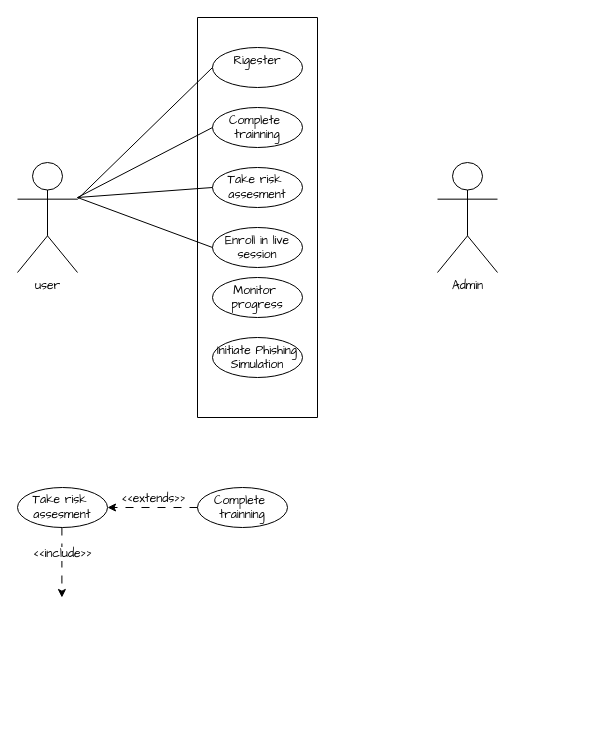
Before: use case.drawio in intisarHJM/notes, a draw.io diagram. Source tidied: cells renumbered, new cells numbered last; positions are measured from the earlier drawing's top-left corner, leaving out a move shared by most shapes. Both pictures are drawn from the tidied source at 100%, with x=0, y=0 at pixel (17, 17).
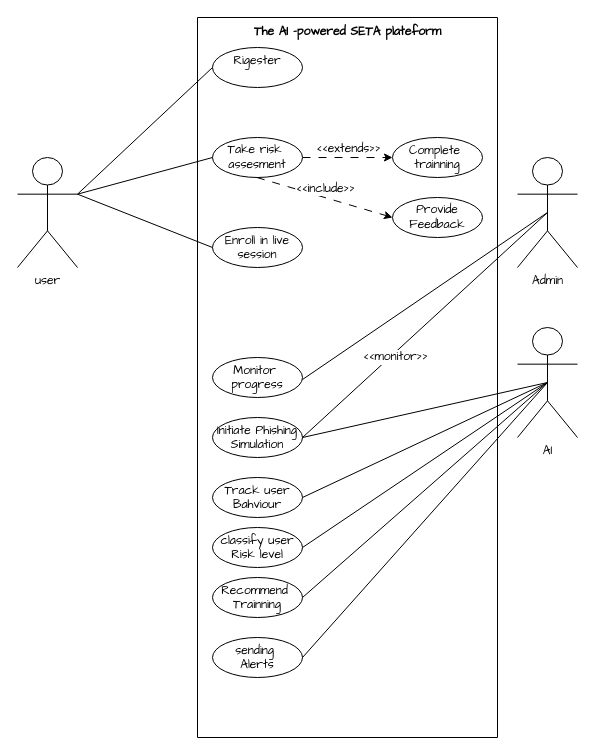
After the change.

The change refers to these unchanged cells:
```xml
<mxCell id="5" value="Rigester" style="ellipse;whiteSpace=wrap;html=1;hachureGap=4;strokeColor=default;align=center;verticalAlign=top;fontFamily=Architects Daughter;fontSize=12;fontColor=default;fillColor=default;" parent="4" vertex="1">
  <mxGeometry x="15" y="30" width="90" height="40" as="geometry" />
</mxCell>
```

Diff of the diagram source:
```diff
@@
     <mxCell id="2" value="user" style="shape=umlActor;verticalLabelPosition=bottom;verticalAlign=top;html=1;outlineConnect=0;hachureGap=4;fontFamily=Architects Daughter;" parent="1" vertex="1">
-      <mxGeometry y="145" width="60" height="110" as="geometry" />
+      <mxGeometry y="140" width="60" height="110" as="geometry" />
     </mxCell>
     <mxCell id="3" value="Admin" style="shape=umlActor;verticalLabelPosition=bottom;verticalAlign=top;html=1;outlineConnect=0;hachureGap=4;fontFamily=Architects Daughter;" parent="1" vertex="1">
-      <mxGeometry x="420" y="145" width="60" height="110" as="geometry" />
+      <mxGeometry x="500" y="140" width="60" height="110" as="geometry" />
     </mxCell>
     <mxCell id="4" style="swimlane;startSize=0;hachureGap=4;strokeColor=default;align=center;verticalAlign=top;fontFamily=Architects Daughter;fontSize=12;fontColor=default;fillColor=default;" parent="1" vertex="1">
-      <mxGeometry x="180" width="120" height="400" as="geometry" />
+      <mxGeometry x="180" width="300" height="720" as="geometry" />
     </mxCell>
@@
-    <mxCell id="6" value="Complete&amp;nbsp;&lt;div&gt;trainning&lt;/div&gt;" style="ellipse;whiteSpace=wrap;html=1;hachureGap=4;strokeColor=default;align=center;verticalAlign=top;fontFamily=Architects Daughter;fontSize=12;fontColor=default;fillColor=default;" parent="4" vertex="1">
-      <mxGeometry x="15" y="90" width="90" height="40" as="geometry" />
-    </mxCell>
-    <mxCell id="7" value="Take risk&amp;nbsp;&lt;div&gt;assesment&lt;/div&gt;" style="ellipse;html=1;hachureGap=4;strokeColor=default;align=center;verticalAlign=middle;fontFamily=Architects Daughter;fontSize=12;fontColor=default;fillColor=default;whiteSpace=wrap;spacing=1;" parent="4" vertex="1">
-      <mxGeometry x="15" y="150" width="90" height="40" as="geometry" />
-    </mxCell>
-    <mxCell id="8" value="Monitor&amp;nbsp;&lt;div&gt;progress&lt;/div&gt;" style="ellipse;whiteSpace=wrap;html=1;hachureGap=4;strokeColor=default;align=center;verticalAlign=top;fontFamily=Architects Daughter;fontSize=12;fontColor=default;fillColor=default;" parent="4" vertex="1">
-      <mxGeometry x="15" y="260" width="90" height="40" as="geometry" />
-    </mxCell>
-    <mxCell id="9" value="Initiate Phishing Simulation" style="ellipse;whiteSpace=wrap;html=1;hachureGap=4;strokeColor=default;align=center;verticalAlign=top;fontFamily=Architects Daughter;fontSize=12;fontColor=default;fillColor=default;" parent="4" vertex="1">
-      <mxGeometry x="15" y="320" width="90" height="40" as="geometry" />
-    </mxCell>
-    <mxCell id="10" value="Enroll in live session" style="ellipse;whiteSpace=wrap;html=1;hachureGap=4;strokeColor=default;align=center;verticalAlign=top;fontFamily=Architects Daughter;fontSize=12;fontColor=default;fillColor=default;" parent="1" vertex="1">
-      <mxGeometry x="195" y="210" width="90" height="40" as="geometry" />
-    </mxCell>
-    <mxCell id="11" style="endArrow=none;html=1;rounded=0;hachureGap=4;fontFamily=Architects Daughter;fontSize=12;fontColor=default;exitX=1;exitY=0.3333333333333333;exitDx=0;exitDy=0;exitPerimeter=0;entryX=0;entryY=0.5;entryDx=0;entryDy=0;" parent="1" edge="1" source="2" target="5">
-      <mxGeometry relative="1" as="geometry" />
-    </mxCell>
-    <mxCell id="12" style="endArrow=none;html=1;rounded=0;hachureGap=4;fontFamily=Architects Daughter;fontSize=12;fontColor=default;entryX=0;entryY=0.5;entryDx=0;entryDy=0;" parent="1" edge="1" target="6">
-      <mxGeometry relative="1" as="geometry">
-        <mxPoint x="60" y="180" as="sourcePoint" />
-      </mxGeometry>
-    </mxCell>
-    <mxCell id="13" style="endArrow=none;html=1;rounded=0;hachureGap=4;fontFamily=Architects Daughter;fontSize=12;fontColor=default;entryX=0;entryY=0.5;entryDx=0;entryDy=0;" parent="1" edge="1" target="7">
-      <mxGeometry relative="1" as="geometry">
-        <mxPoint x="60" y="180" as="sourcePoint" />
-      </mxGeometry>
-    </mxCell>
-    <mxCell id="14" style="endArrow=none;html=1;rounded=0;hachureGap=4;fontFamily=Architects Daughter;fontSize=12;fontColor=default;entryX=0;entryY=0.5;entryDx=0;entryDy=0;" parent="1" edge="1" target="10">
-      <mxGeometry relative="1" as="geometry">
-        <mxPoint x="60" y="180" as="sourcePoint" />
-      </mxGeometry>
-    </mxCell>
-    <mxCell id="15" value="Take risk&amp;nbsp;&lt;div&gt;assesment&lt;/div&gt;" style="ellipse;html=1;hachureGap=4;strokeColor=default;align=center;verticalAlign=middle;fontFamily=Architects Daughter;fontSize=12;fontColor=default;fillColor=default;whiteSpace=wrap;spacing=1;" parent="1" vertex="1">
-      <mxGeometry y="470" width="90" height="40" as="geometry" />
+    <mxCell id="15" value="Take risk&amp;nbsp;&lt;div&gt;assesment&lt;/div&gt;" style="ellipse;html=1;hachureGap=4;strokeColor=default;align=center;verticalAlign=middle;fontFamily=Architects Daughter;fontSize=12;fontColor=default;fillColor=default;whiteSpace=wrap;spacing=1;" parent="4" vertex="1">
+      <mxGeometry x="15" y="120" width="90" height="40" as="geometry" />
     </mxCell>
-    <mxCell id="16" value="Complete&amp;nbsp;&lt;div&gt;trainning&lt;/div&gt;" style="ellipse;whiteSpace=wrap;html=1;hachureGap=4;strokeColor=default;align=center;verticalAlign=top;fontFamily=Architects Daughter;fontSize=12;fontColor=default;fillColor=default;" parent="1" vertex="1">
-      <mxGeometry x="180" y="470" width="90" height="40" as="geometry" />
+    <mxCell id="16" value="Complete&amp;nbsp;&lt;div&gt;trainning&lt;/div&gt;" style="ellipse;whiteSpace=wrap;html=1;hachureGap=4;strokeColor=default;align=center;verticalAlign=top;fontFamily=Architects Daughter;fontSize=12;fontColor=default;fillColor=default;" parent="4" vertex="1">
+      <mxGeometry x="195" y="120" width="90" height="40" as="geometry" />
     </mxCell>
-    <mxCell id="17" style="endArrow=classic;html=1;rounded=0;hachureGap=4;fontFamily=Architects Daughter;fontSize=12;fontColor=default;dashed=1;dashPattern=8 8;exitX=0;exitY=0.5;exitDx=0;exitDy=0;entryX=1;entryY=0.5;entryDx=0;entryDy=0;" parent="1" edge="1" source="16" target="15">
+    <mxCell id="17" style="endArrow=classic;html=1;rounded=0;hachureGap=4;fontFamily=Architects Daughter;fontSize=12;fontColor=default;dashed=1;dashPattern=8 8;exitX=1;exitY=0.5;exitDx=0;exitDy=0;entryX=0;entryY=0.5;entryDx=0;entryDy=0;" parent="4" edge="1" source="15" target="16">
       <mxGeometry relative="1" as="geometry" />
     </mxCell>
@@
-    <mxCell id="19" style="endArrow=classic;html=1;rounded=0;hachureGap=4;fontFamily=Architects Daughter;fontSize=12;fontColor=default;dashed=1;dashPattern=8 8;exitX=0;exitY=0.5;exitDx=0;exitDy=0;" parent="1" edge="1">
+    <mxCell id="19" style="endArrow=classic;html=1;rounded=0;hachureGap=4;fontFamily=Architects Daughter;fontSize=12;fontColor=default;dashed=1;dashPattern=8 8;exitX=0;exitY=0.5;exitDx=0;exitDy=0;entryX=0;entryY=0.5;entryDx=0;entryDy=0;" parent="4" edge="1" target="21">
       <mxGeometry relative="1" as="geometry">
-        <mxPoint x="44.4" y="510" as="sourcePoint" />
-        <mxPoint x="44.4" y="580" as="targetPoint" />
+        <mxPoint x="59.4" y="160" as="sourcePoint" />
       </mxGeometry>
     </mxCell>
@@
+    <mxCell id="21" value="Provide Feedback" style="ellipse;html=1;hachureGap=4;strokeColor=default;align=center;verticalAlign=middle;fontFamily=Architects Daughter;fontSize=12;fontColor=default;fillColor=default;whiteSpace=wrap;spacing=1;" parent="4" vertex="1">
+      <mxGeometry x="195" y="180" width="90" height="40" as="geometry" />
+    </mxCell>
+    <mxCell id="22" value="The AI -powered SETA plateform" style="text;html=1;align=center;verticalAlign=middle;strokeColor=none;fillColor=none;fontFamily=Architects Daughter;fontSize=12;fontColor=default;fontStyle=1;" parent="4" vertex="1">
+      <mxGeometry x="45" width="210" height="30" as="geometry" />
+    </mxCell>
+    <mxCell id="10" value="Enroll in live session" style="ellipse;whiteSpace=wrap;html=1;hachureGap=4;strokeColor=default;align=center;verticalAlign=top;fontFamily=Architects Daughter;fontSize=12;fontColor=default;fillColor=default;" parent="4" vertex="1">
+      <mxGeometry x="15" y="210" width="90" height="40" as="geometry" />
+    </mxCell>
+    <mxCell id="8" value="Monitor&amp;nbsp;&lt;div&gt;progress&lt;/div&gt;" style="ellipse;whiteSpace=wrap;html=1;hachureGap=4;strokeColor=default;align=center;verticalAlign=top;fontFamily=Architects Daughter;fontSize=12;fontColor=default;fillColor=default;" parent="4" vertex="1">
+      <mxGeometry x="15" y="340" width="90" height="40" as="geometry" />
+    </mxCell>
+    <mxCell id="9" value="Initiate Phishing Simulation" style="ellipse;whiteSpace=wrap;html=1;hachureGap=4;strokeColor=default;align=center;verticalAlign=top;fontFamily=Architects Daughter;fontSize=12;fontColor=default;fillColor=default;" parent="4" vertex="1">
+      <mxGeometry x="15" y="400" width="90" height="40" as="geometry" />
+    </mxCell>
+    <mxCell id="23" style="endArrow=none;html=1;rounded=0;hachureGap=4;fontFamily=Architects Daughter;fontSize=12;fontColor=default;exitX=1;exitY=0.3333333333333333;exitDx=0;exitDy=0;exitPerimeter=0;entryX=0.5;entryY=0.5;entryDx=0;entryDy=0;entryPerimeter=0;" parent="4" edge="1" target="3">
+      <mxGeometry relative="1" as="geometry">
+        <mxPoint x="105" y="362" as="sourcePoint" />
+      </mxGeometry>
+    </mxCell>
+    <mxCell id="24" value="Track user Bahviour" style="ellipse;whiteSpace=wrap;html=1;hachureGap=4;strokeColor=default;align=center;verticalAlign=top;fontFamily=Architects Daughter;fontSize=12;fontColor=default;fillColor=default;" parent="4" vertex="1">
+      <mxGeometry x="15" y="460" width="90" height="40" as="geometry" />
+    </mxCell>
+    <mxCell id="25" value="classify user Risk level" style="ellipse;whiteSpace=wrap;html=1;hachureGap=4;strokeColor=default;align=center;verticalAlign=top;fontFamily=Architects Daughter;fontSize=12;fontColor=default;fillColor=default;" parent="4" vertex="1">
+      <mxGeometry x="15" y="510" width="90" height="40" as="geometry" />
+    </mxCell>
+    <mxCell id="26" value="Recommend&amp;nbsp;&lt;div&gt;Trainning&lt;/div&gt;" style="ellipse;whiteSpace=wrap;html=1;hachureGap=4;strokeColor=default;align=center;verticalAlign=top;fontFamily=Architects Daughter;fontSize=12;fontColor=default;fillColor=default;" parent="4" vertex="1">
+      <mxGeometry x="15" y="560" width="90" height="40" as="geometry" />
+    </mxCell>
+    <mxCell id="27" value="sending&amp;nbsp;&lt;div&gt;Alerts&lt;/div&gt;" style="ellipse;whiteSpace=wrap;html=1;hachureGap=4;strokeColor=default;align=center;verticalAlign=top;fontFamily=Architects Daughter;fontSize=12;fontColor=default;fillColor=default;" parent="4" vertex="1">
+      <mxGeometry x="15" y="620" width="90" height="40" as="geometry" />
+    </mxCell>
+    <mxCell id="11" style="endArrow=none;html=1;rounded=0;hachureGap=4;fontFamily=Architects Daughter;fontSize=12;fontColor=default;exitX=1;exitY=0.3333333333333333;exitDx=0;exitDy=0;exitPerimeter=0;entryX=0;entryY=0.5;entryDx=0;entryDy=0;" parent="1" edge="1" source="2" target="5">
+      <mxGeometry relative="1" as="geometry" />
+    </mxCell>
+    <mxCell id="13" style="endArrow=none;html=1;rounded=0;hachureGap=4;fontFamily=Architects Daughter;fontSize=12;fontColor=default;entryX=0;entryY=0.5;entryDx=0;entryDy=0;exitX=1;exitY=0.3333333333333333;exitDx=0;exitDy=0;exitPerimeter=0;" parent="1" edge="1" source="2" target="15">
+      <mxGeometry relative="1" as="geometry" />
+    </mxCell>
+    <mxCell id="14" style="endArrow=none;html=1;rounded=0;hachureGap=4;fontFamily=Architects Daughter;fontSize=12;fontColor=default;entryX=0;entryY=0.5;entryDx=0;entryDy=0;exitX=1;exitY=0.3333333333333333;exitDx=0;exitDy=0;exitPerimeter=0;" parent="1" edge="1" source="2" target="10">
+      <mxGeometry relative="1" as="geometry" />
+    </mxCell>
+    <mxCell id="28" value="AI" style="shape=umlActor;verticalLabelPosition=bottom;verticalAlign=top;html=1;outlineConnect=0;hachureGap=4;fontFamily=Architects Daughter;" parent="1" vertex="1">
+      <mxGeometry x="500" y="310" width="60" height="110" as="geometry" />
+    </mxCell>
+    <mxCell id="29" style="endArrow=none;html=1;rounded=0;hachureGap=4;fontFamily=Architects Daughter;fontSize=12;fontColor=default;exitX=1;exitY=0.5;exitDx=0;exitDy=0;entryX=0.5;entryY=0.5;entryDx=0;entryDy=0;entryPerimeter=0;" parent="1" edge="1" source="9" target="3">
+      <mxGeometry relative="1" as="geometry" />
+    </mxCell>
+    <mxCell id="30" value="&amp;lt;&amp;lt;monitor&amp;gt;&amp;gt;" style="edgeLabel;html=1;align=center;verticalAlign=middle;hachureGap=4;strokeColor=default;fontFamily=Architects Daughter;fontSize=12;fontColor=default;fillColor=default;" parent="29" vertex="1">
+      <mxGeometry x="-0.26" y="-3" relative="1" as="geometry" />
+    </mxCell>
+    <mxCell id="31" style="endArrow=none;html=1;rounded=0;hachureGap=4;fontFamily=Architects Daughter;fontSize=12;fontColor=default;exitX=1;exitY=0.5;exitDx=0;exitDy=0;entryX=0.5;entryY=0.5;entryDx=0;entryDy=0;entryPerimeter=0;" parent="1" edge="1" source="24" target="28">
+      <mxGeometry relative="1" as="geometry" />
+    </mxCell>
+    <mxCell id="32" style="endArrow=none;html=1;rounded=0;hachureGap=4;fontFamily=Architects Daughter;fontSize=12;fontColor=default;exitX=1;exitY=0.5;exitDx=0;exitDy=0;entryX=0.5;entryY=0.5;entryDx=0;entryDy=0;entryPerimeter=0;" parent="1" edge="1" source="25" target="28">
+      <mxGeometry relative="1" as="geometry" />
+    </mxCell>
+    <mxCell id="33" style="endArrow=none;html=1;rounded=0;hachureGap=4;fontFamily=Architects Daughter;fontSize=12;fontColor=default;exitX=1;exitY=0.5;exitDx=0;exitDy=0;entryX=0.5;entryY=0.5;entryDx=0;entryDy=0;entryPerimeter=0;" parent="1" edge="1" source="26" target="28">
+      <mxGeometry relative="1" as="geometry" />
+    </mxCell>
+    <mxCell id="34" style="endArrow=none;html=1;rounded=0;hachureGap=4;fontFamily=Architects Daughter;fontSize=12;fontColor=default;entryX=0.5;entryY=0.5;entryDx=0;entryDy=0;entryPerimeter=0;exitX=1;exitY=0.5;exitDx=0;exitDy=0;" parent="1" edge="1" source="27" target="28">
+      <mxGeometry relative="1" as="geometry" />
+    </mxCell>
+    <mxCell id="35" style="endArrow=none;html=1;rounded=0;hachureGap=4;fontFamily=Architects Daughter;fontSize=12;fontColor=default;exitX=1;exitY=0.5;exitDx=0;exitDy=0;entryX=0.5;entryY=0.5;entryDx=0;entryDy=0;entryPerimeter=0;" parent="1" edge="1" source="9" target="28">
+      <mxGeometry relative="1" as="geometry" />
+    </mxCell>
```
